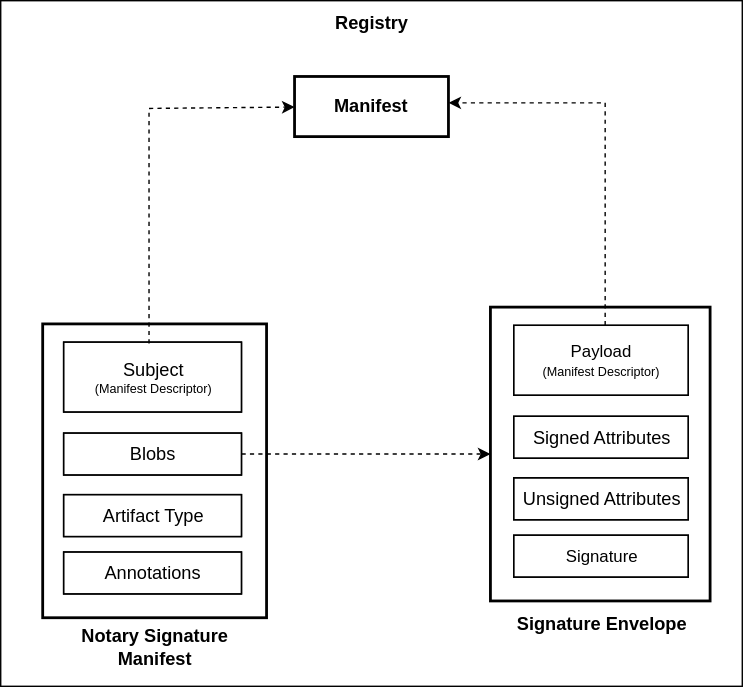
The draw.io diagram media/signature-specification.svg in notaryproject/specifications, before a commit. Source tidied: cells renumbered, new cells last; positions are measured from the earlier drawing's top-left corner, leaving out a move shared by most shapes.
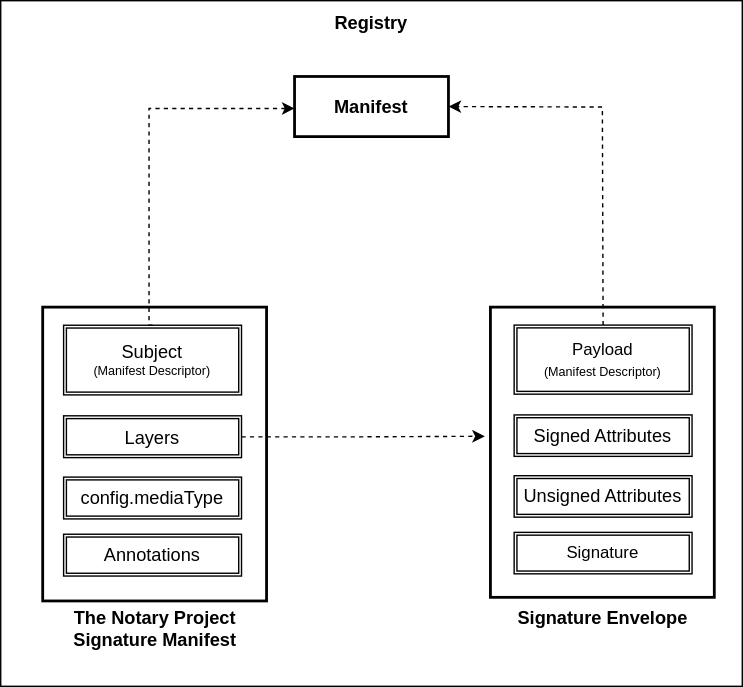
After the commit.

Commit message:
doc: update signature specification for v1 release (#256)

* doc: update signature specification for v1 release

The edit, as a diff of the source:
```diff
@@ -14,67 +14,66 @@
     <mxCell id="5" value="&lt;font style=&quot;font-size: 13px&quot;&gt;&lt;b&gt;Manifest&lt;/b&gt;&lt;/font&gt;" style="rounded=0;whiteSpace=wrap;html=1;strokeWidth=2;" parent="2" vertex="1">
       <mxGeometry x="210" y="54.2" width="110" height="43" as="geometry" />
     </mxCell>
-    <mxCell id="6" style="edgeStyle=orthogonalEdgeStyle;rounded=0;html=1;jettySize=auto;entryX=0;entryY=0.5;entryDx=0;entryDy=0;fontSize=10;strokeWidth=1;dashed=1;" parent="1" edge="1" source="11" target="17">
+    <mxCell id="6" style="edgeStyle=orthogonalEdgeStyle;rounded=0;html=1;jettySize=auto;entryX=-0.025;entryY=0.445;entryDx=0;entryDy=0;fontSize=10;strokeWidth=1;dashed=1;entryPerimeter=0;" parent="1" edge="1" source="11" target="17">
       <mxGeometry relative="1" as="geometry" />
     </mxCell>
-    <mxCell id="7" style="edgeStyle=orthogonalEdgeStyle;rounded=0;html=1;dashed=1;jettySize=auto;entryX=0;entryY=0.5;entryDx=0;entryDy=0;" parent="1" edge="1" target="5">
+    <mxCell id="7" style="edgeStyle=orthogonalEdgeStyle;rounded=0;html=1;dashed=1;jettySize=auto;exitX=0.5;exitY=0;exitDx=0;exitDy=0;" parent="1" edge="1" source="15">
       <mxGeometry relative="1" as="geometry">
-        <mxPoint x="106" y="245" as="sourcePoint" />
+        <mxPoint x="210" y="77" as="targetPoint" />
         <Array as="points">
+          <mxPoint x="106" y="232" />
           <mxPoint x="106" y="77" />
         </Array>
       </mxGeometry>
     </mxCell>
-    <mxCell id="8" style="edgeStyle=orthogonalEdgeStyle;rounded=0;html=1;dashed=1;jettySize=auto;orthogonalLoop=1;entryX=1;entryY=0.5;entryDx=0;entryDy=0;" parent="1" edge="1">
-      <mxGeometry relative="1" as="geometry">
-        <mxPoint x="432" y="232" as="sourcePoint" />
-        <mxPoint x="320" y="73" as="targetPoint" />
-        <Array as="points">
-          <mxPoint x="432" y="73" />
-        </Array>
-      </mxGeometry>
-    </mxCell>
     <mxCell id="9" style="group;html=1;fontSize=13;" parent="1" vertex="1">
-      <mxGeometry x="30" y="231" width="160" height="241" as="geometry" />
+      <mxGeometry x="30" y="219" width="160" height="240" as="geometry" />
     </mxCell>
     <mxCell id="10" style="rounded=0;whiteSpace=wrap;html=1;strokeWidth=2;fillColor=none;" parent="9" vertex="1">
       <mxGeometry width="160" height="210" as="geometry" />
     </mxCell>
-    <mxCell id="11" value="&lt;div&gt;&lt;font style=&quot;font-size: 13px&quot;&gt;Blobs&lt;/font&gt;&lt;/div&gt;" style="shape=ext;double=1;rounded=0;whiteSpace=wrap;html=1;strokeWidth=1;fillColor=none;" parent="9" vertex="1">
-      <mxGeometry x="15" y="78" width="127.2" height="30" as="geometry" />
+    <mxCell id="11" value="&lt;div&gt;&lt;font style=&quot;font-size: 13px&quot;&gt;Layers&lt;/font&gt;&lt;/div&gt;" style="shape=ext;double=1;rounded=0;whiteSpace=wrap;html=1;strokeWidth=1;fillColor=none;" parent="9" vertex="1">
+      <mxGeometry x="15" y="77.7" width="127.2" height="29.9" as="geometry" />
     </mxCell>
-    <mxCell id="12" value="&lt;font style=&quot;font-size: 13px&quot;&gt;Artifact Type&lt;/font&gt;" style="shape=ext;double=1;rounded=0;whiteSpace=wrap;html=1;strokeWidth=1;fillColor=none;" parent="9" vertex="1">
-      <mxGeometry x="15" y="122" width="127.2" height="30" as="geometry" />
+    <mxCell id="12" value="&lt;font style=&quot;font-size: 13px&quot;&gt;Media Type&lt;/font&gt;" style="shape=ext;double=1;rounded=0;whiteSpace=wrap;html=1;strokeWidth=1;fillColor=none;" parent="9" vertex="1">
+      <mxGeometry x="15" y="121.5" width="127.2" height="29.9" as="geometry" />
     </mxCell>
     <mxCell id="13" value="&lt;font style=&quot;font-size: 13px&quot;&gt;Annotations&lt;/font&gt;" style="shape=ext;double=1;rounded=0;whiteSpace=wrap;html=1;strokeWidth=1;fillColor=none;" parent="9" vertex="1">
-      <mxGeometry x="15" y="163" width="127.2" height="30" as="geometry" />
+      <mxGeometry x="15" y="162.3" width="127.2" height="29.9" as="geometry" />
     </mxCell>
-    <mxCell id="14" value="&lt;div style=&quot;font-size: 13px&quot;&gt;&lt;font style=&quot;font-size: 13px&quot;&gt;Notary Signature Manifest&lt;/font&gt;&lt;/div&gt;" style="text;html=1;strokeColor=none;fillColor=none;align=center;verticalAlign=middle;whiteSpace=wrap;rounded=0;fontStyle=1;" parent="9" vertex="1">
-      <mxGeometry x="17" y="221" width="127" height="19" as="geometry" />
+    <mxCell id="14" value="&lt;div style=&quot;font-size: 13px&quot;&gt;&lt;font style=&quot;font-size: 13px&quot;&gt;The Notary Project Signature Manifest&lt;/font&gt;&lt;/div&gt;" style="text;html=1;strokeColor=none;fillColor=none;align=center;verticalAlign=middle;whiteSpace=wrap;rounded=0;fontStyle=1;" parent="9" vertex="1">
+      <mxGeometry x="17" y="220.1" width="127" height="18.9" as="geometry" />
     </mxCell>
     <mxCell id="15" value="&lt;font style=&quot;font-size: 13px&quot;&gt;Subject&lt;/font&gt;&lt;div style=&quot;font-size: 9px&quot;&gt;&lt;font style=&quot;font-size: 9px&quot;&gt;(Manifest Descriptor)&lt;/font&gt;&lt;br&gt;&lt;/div&gt;" style="shape=ext;double=1;rounded=0;whiteSpace=wrap;html=1;strokeWidth=1;fillColor=none;" parent="9" vertex="1">
-      <mxGeometry x="15" y="13" width="127.2" height="50" as="geometry" />
+      <mxGeometry x="15" y="12.9" width="127.2" height="49.8" as="geometry" />
     </mxCell>
     <mxCell id="16" style="group;html=1;fontSize=13;" parent="1" vertex="1">
-      <mxGeometry x="350" y="219" width="157" height="243" as="geometry" />
+      <mxGeometry x="350" y="219" width="160" height="240" as="geometry" />
     </mxCell>
     <mxCell id="17" style="rounded=0;whiteSpace=wrap;html=1;strokeWidth=2;fillColor=none;" parent="16" vertex="1">
-      <mxGeometry width="157" height="210" as="geometry" />
+      <mxGeometry width="160" height="207.4" as="geometry" />
     </mxCell>
     <mxCell id="18" value="&lt;div&gt;Payload&lt;/div&gt;&lt;font style=&quot;font-size: 9px&quot;&gt;(Manifest Descriptor)&lt;/font&gt;" style="shape=ext;double=1;rounded=0;whiteSpace=wrap;html=1;strokeWidth=1;fillColor=none;" parent="16" vertex="1">
-      <mxGeometry x="16.6" y="13" width="124.8" height="50" as="geometry" />
+      <mxGeometry x="17" y="12.8" width="127.2" height="49.4" as="geometry" />
     </mxCell>
     <mxCell id="19" value="&lt;font style=&quot;font-size: 13px&quot;&gt;Signed Attributes&lt;/font&gt;" style="shape=ext;double=1;rounded=0;whiteSpace=wrap;html=1;strokeWidth=1;fillColor=none;" parent="16" vertex="1">
-      <mxGeometry x="16.6" y="78" width="124.8" height="30" as="geometry" />
+      <mxGeometry x="17" y="77" width="127.2" height="29.6" as="geometry" />
     </mxCell>
     <mxCell id="20" value="&lt;font style=&quot;font-size: 13px&quot;&gt;Unsigned Attributes&lt;/font&gt;" style="shape=ext;double=1;rounded=0;whiteSpace=wrap;html=1;strokeWidth=1;fillColor=none;" parent="16" vertex="1">
-      <mxGeometry x="16.6" y="122" width="124.8" height="30" as="geometry" />
+      <mxGeometry x="17" y="120.5" width="127.2" height="29.6" as="geometry" />
     </mxCell>
     <mxCell id="21" value="&lt;div&gt;Signature&lt;/div&gt;" style="shape=ext;double=1;rounded=0;whiteSpace=wrap;html=1;strokeWidth=1;fillColor=none;" parent="16" vertex="1">
-      <mxGeometry x="16.6" y="163" width="124.8" height="30" as="geometry" />
+      <mxGeometry x="17" y="161" width="127.2" height="29.6" as="geometry" />
     </mxCell>
     <mxCell id="22" value="&lt;div style=&quot;font-size: 13px&quot;&gt;&lt;font style=&quot;font-size: 13px&quot;&gt;&lt;b&gt;Signature Envelope&lt;br&gt;&lt;br&gt;&lt;/b&gt;&lt;/font&gt;&lt;/div&gt;" style="text;html=1;strokeColor=none;fillColor=none;align=center;verticalAlign=middle;whiteSpace=wrap;rounded=0;fontStyle=1;" parent="16" vertex="1">
-      <mxGeometry x="16.6" y="223" width="124.8" height="20" as="geometry" />
+      <mxGeometry x="17" y="220.2" width="127.2" height="19.8" as="geometry" />
     </mxCell>
+    <mxCell id="23" style="endArrow=classic;dashed=1;html=1;rounded=0;exitX=0.5;exitY=0;exitDx=0;exitDy=0;entryX=1;entryY=0.5;entryDx=0;entryDy=0;startArrow=none;startFill=0;endFill=1;" parent="1" edge="1" source="18" target="5">
+      <mxGeometry relative="1" as="geometry">
+        <Array as="points">
+          <mxPoint x="430" y="76" />
+        </Array>
+      </mxGeometry>
+    </mxCell>
   </root>
 </mxGraphModel>
```
